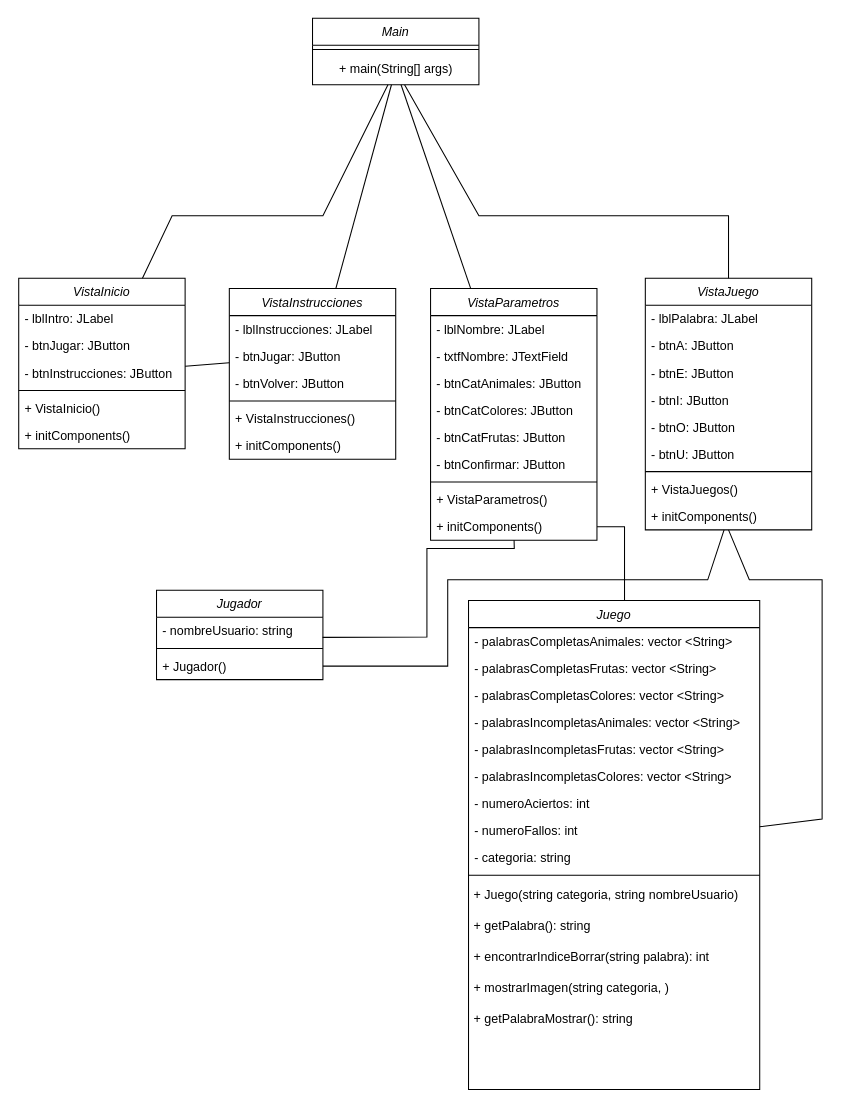
The draw.io diagram Diagrama de Clases MiniProyecto1.drawio in puyojulian/MiniProyecto1FPOE, before the edit. Source tidied: cells renumbered, new cells numbered last; positions are measured from the earlier drawing's top-left corner, leaving out a move shared by most shapes. Both pictures are drawn from the tidied source at 104%, with x=0, y=0 at pixel (19, 18).
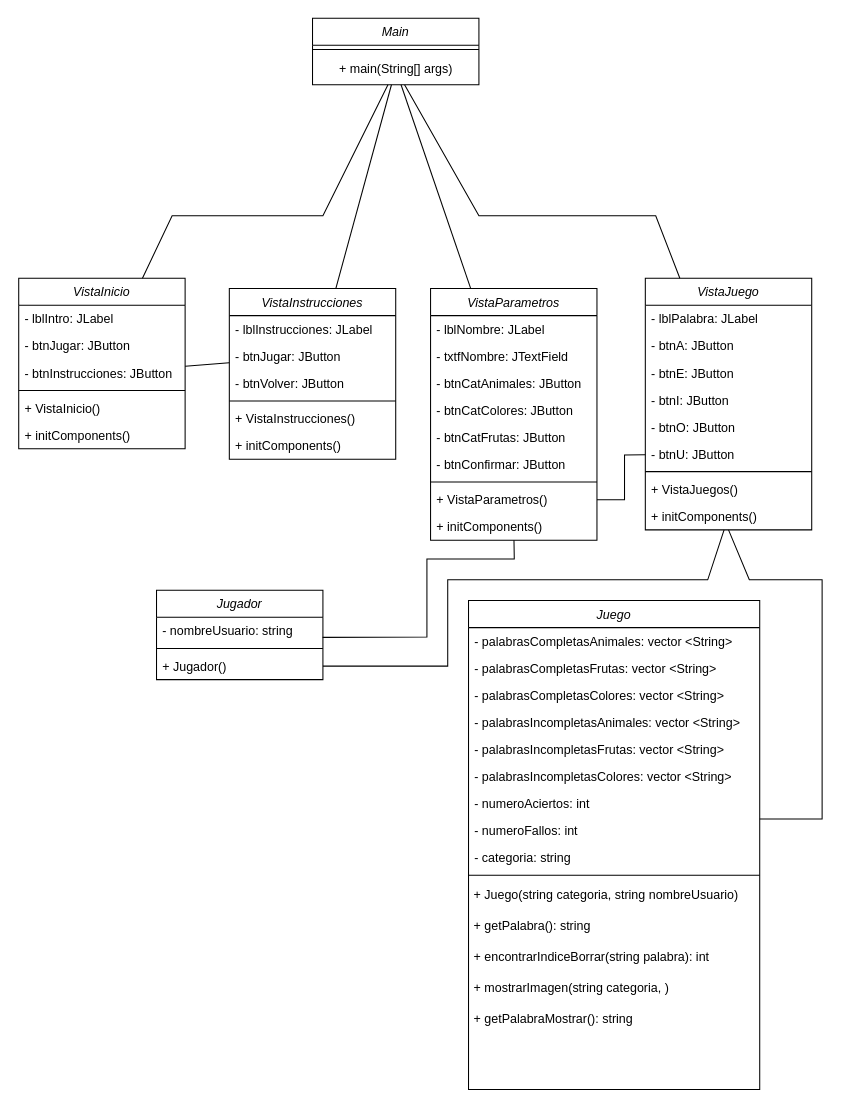
The same diagram, later.

Commit message:
Clase VistaParametros desconectada de Clase Juego

Unchanged cells that the change refers to:
```xml
<mxCell id="4" value="+ main(String[] args)" style="text;html=1;align=center;verticalAlign=middle;points=[];strokeColor=none;fillColor=none;" parent="2" vertex="1">
  <mxGeometry y="34" width="160" height="30" as="geometry" />
</mxCell>
<mxCell id="12" value="Juego" style="swimlane;fontStyle=2;align=center;verticalAlign=top;horizontal=1;startSize=26;rounded=0;shadow=0;strokeWidth=1;" parent="1" vertex="1">
  <mxGeometry x="432" y="560" width="280" height="470" as="geometry" />
</mxCell>
<mxCell id="43" value="+ VistaParametros()" style="text;align=left;verticalAlign=top;spacingLeft=4;spacingRight=4;overflow=hidden;points=[[0,0.5],[1,0.5]];portConstraint=eastwest;" parent="35" vertex="1">
  <mxGeometry y="190" width="160" height="26" as="geometry" />
</mxCell>
<mxCell id="44" value="+ initComponents()" style="text;align=left;verticalAlign=top;spacingLeft=4;spacingRight=4;overflow=hidden;points=[[0,0.5],[1,0.5]];portConstraint=eastwest;" parent="35" vertex="1">
  <mxGeometry y="216" width="160" height="26" as="geometry" />
</mxCell>
<mxCell id="49" value="VistaJuego" style="swimlane;fontStyle=2;align=center;verticalAlign=top;horizontal=1;startSize=26;rounded=0;shadow=0;strokeWidth=1;" parent="1" vertex="1">
  <mxGeometry x="602" y="250" width="160" height="242" as="geometry" />
</mxCell>
<mxCell id="55" value="- btnU: JButton" style="text;align=left;verticalAlign=top;spacingLeft=4;spacingRight=4;overflow=hidden;points=[[0,0.5],[1,0.5]];portConstraint=eastwest;rounded=0;shadow=0;html=0;" parent="49" vertex="1">
  <mxGeometry y="156" width="160" height="26" as="geometry" />
</mxCell>
<mxCell id="63" value="- nombreUsuario: string" style="text;align=left;verticalAlign=top;spacingLeft=4;spacingRight=4;overflow=hidden;points=[[0,0.5],[1,0.5]];portConstraint=eastwest;" parent="62" vertex="1">
  <mxGeometry y="26" width="160" height="26" as="geometry" />
</mxCell>
```

Diff of the diagram source:
```diff
@@
-    <mxCell id="48" style="endArrow=none;html=1;rounded=0;" parent="1" edge="1" source="12">
+    <mxCell id="48" style="endArrow=none;html=1;rounded=0;" parent="1" edge="1">
       <mxGeometry relative="1" as="geometry">
+        <mxPoint x="712" y="770" as="sourcePoint" />
         <mxPoint x="682" y="492" as="targetPoint" />
         <Array as="points">
           <mxPoint x="772" y="770" />
           <mxPoint x="772" y="540" />
           <mxPoint x="702" y="540" />
         </Array>
       </mxGeometry>
     </mxCell>
@@
     <mxCell id="59" style="endArrow=none;html=1;rounded=0;" parent="1" edge="1" source="4" target="49">
       <mxGeometry relative="1" as="geometry">
         <Array as="points">
           <mxPoint x="442" y="190" />
-          <mxPoint x="682" y="190" />
+          <mxPoint x="612" y="190" />
         </Array>
       </mxGeometry>
     </mxCell>
     <mxCell id="60" style="endArrow=none;html=1;rounded=0;exitX=0.998;exitY=0.745;exitDx=0;exitDy=0;exitPerimeter=0;" parent="1" edge="1" source="63" target="44">
       <mxGeometry relative="1" as="geometry">
         <Array as="points">
           <mxPoint x="392" y="595" />
-          <mxPoint x="392" y="510" />
-          <mxPoint x="476" y="510" />
+          <mxPoint x="392" y="520" />
+          <mxPoint x="476" y="520" />
         </Array>
       </mxGeometry>
     </mxCell>
@@
-    <mxCell id="67" style="endArrow=none;html=1;rounded=0;" parent="1" edge="1" target="44">
+    <mxCell id="67" style="endArrow=none;html=1;rounded=0;entryX=1;entryY=0.5;entryDx=0;entryDy=0;" parent="1" edge="1" source="55" target="43">
       <mxGeometry relative="1" as="geometry">
-        <mxPoint x="582" y="560" as="sourcePoint" />
         <Array as="points">
-          <mxPoint x="582" y="489" />
+          <mxPoint x="582" y="420" />
+          <mxPoint x="582" y="463" />
         </Array>
       </mxGeometry>
     </mxCell>
```
